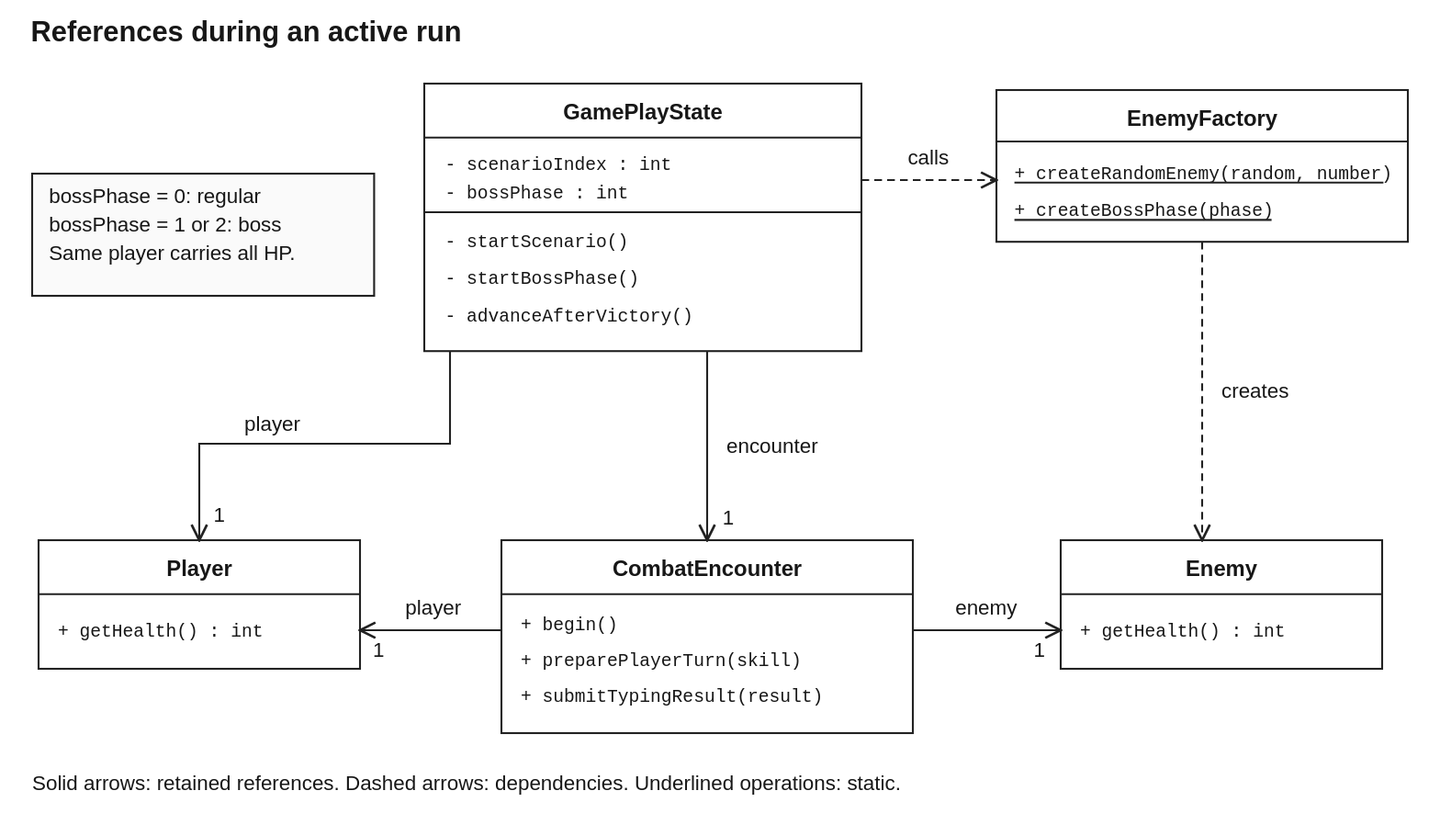
The PlantUML diagram docs/diagrams/run-progression.svg in AY2627S1-CS2113-W12-4/tp, before a commit. Its source is kept beside it as docs/diagrams/run-progression.puml.
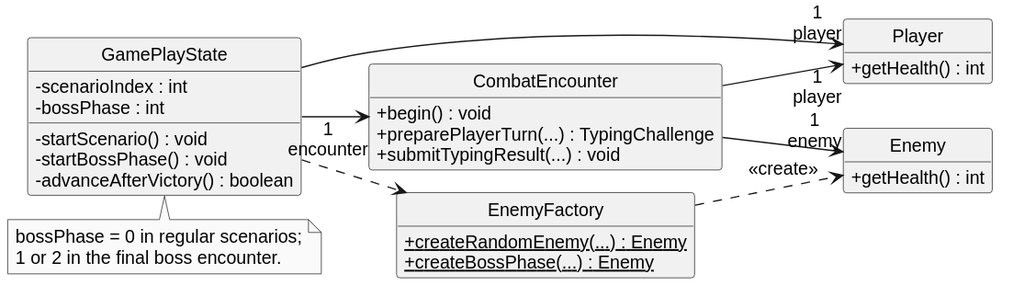
After the commit.

The edit, as a diff of the source:
```diff
@@ -1,37 +1,47 @@
 @startuml
+!pragma layout smetana
 left to right direction
 skinparam monochrome true
+skinparam defaultFontName Arial
+skinparam backgroundColor white
 skinparam shadowing false
+skinparam defaultFontSize 14
+skinparam classAttributeIconSize 0
+hide empty members
+hide circle
+
 class GamePlayState {
   -scenarioIndex : int
   -bossPhase : int
-  -startScenario()
-  -startBossPhase()
-  -advanceAfterVictory()
+  -startScenario() : void
+  -startBossPhase() : void
+  -advanceAfterVictory() : boolean
 }
 class Player {
   +getHealth() : int
 }
 class CombatEncounter {
-  +begin()
-  +preparePlayerTurn(skill)
-  +submitTypingResult(result)
+  +begin() : void
+  +preparePlayerTurn(...) : TypingChallenge
+  +submitTypingResult(...) : void
 }
 class Enemy {
   +getHealth() : int
 }
 class EnemyFactory {
-  {static} +createRandomEnemy(random, scenarioNumber)
-  {static} +createBossPhase(phase)
+  {static} +createRandomEnemy(...) : Enemy
+  {static} +createBossPhase(...) : Enemy
 }
-GamePlayState --> "1" Player : player
-GamePlayState --> "1" CombatEncounter : encounter
-GamePlayState ..> EnemyFactory : calls
-CombatEncounter --> "1" Player : player
-CombatEncounter --> "1" Enemy : enemy
-EnemyFactory ..> Enemy : creates
+
+GamePlayState --> "1\nplayer" Player
+GamePlayState --> "1\nencounter" CombatEncounter
+GamePlayState ..> EnemyFactory
+CombatEncounter --> "1\nplayer" Player
+CombatEncounter --> "1\nenemy" Enemy
+EnemyFactory ..> Enemy : <<create>>
+
 note bottom of GamePlayState
-  bossPhase = 0 for regular scenarios;
-  1 or 2 for the boss.
+  bossPhase = 0 in regular scenarios;
+  1 or 2 in the final boss encounter.
 end note
 @enduml
```
